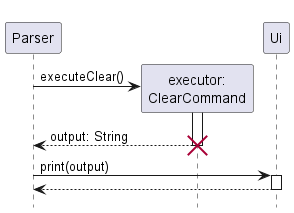
This is docs/imgs/clearSequence.png from nus-cs2113-AY2223S1/tp, a PlantUML export, as it was before one commit. Its source is kept beside it as docs/UML Diagrams/clearSequence.puml.
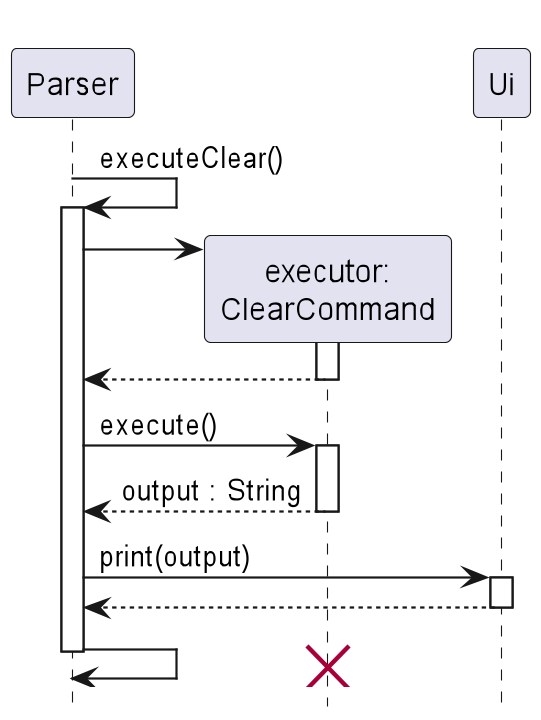
After the commit.

Commit message:
updated clear command sequence diagram and added sort command sequence diagram

The edit, as a diff of the source:
```diff
@@ -5,12 +5,20 @@
 
 participant Parser
 
+Parser -> Parser : executeClear()
+activate Parser
+
 create "executor:\nClearCommand"
-Parser -> "executor:\nClearCommand" : executeClear()
+Parser -> "executor:\nClearCommand"
 
 activate "executor:\nClearCommand"
-"executor:\nClearCommand" --> Parser: output: String
-destroy "executor:\nClearCommand"
+"executor:\nClearCommand" --> Parser
+deactivate "executor:\nClearCommand"
+
+Parser -> "executor:\nClearCommand" : execute()
+activate "executor:\nClearCommand"
+"executor:\nClearCommand" --> Parser: output : String
+deactivate "executor:\nClearCommand"
 
 participant Ui
 
@@ -19,4 +27,9 @@
 Ui --> Parser
 deactivate Ui
 
+Parser -> Parser
+destroy "executor:\nClearCommand"
+deactivate Parser
+
+
 @enduml
```
